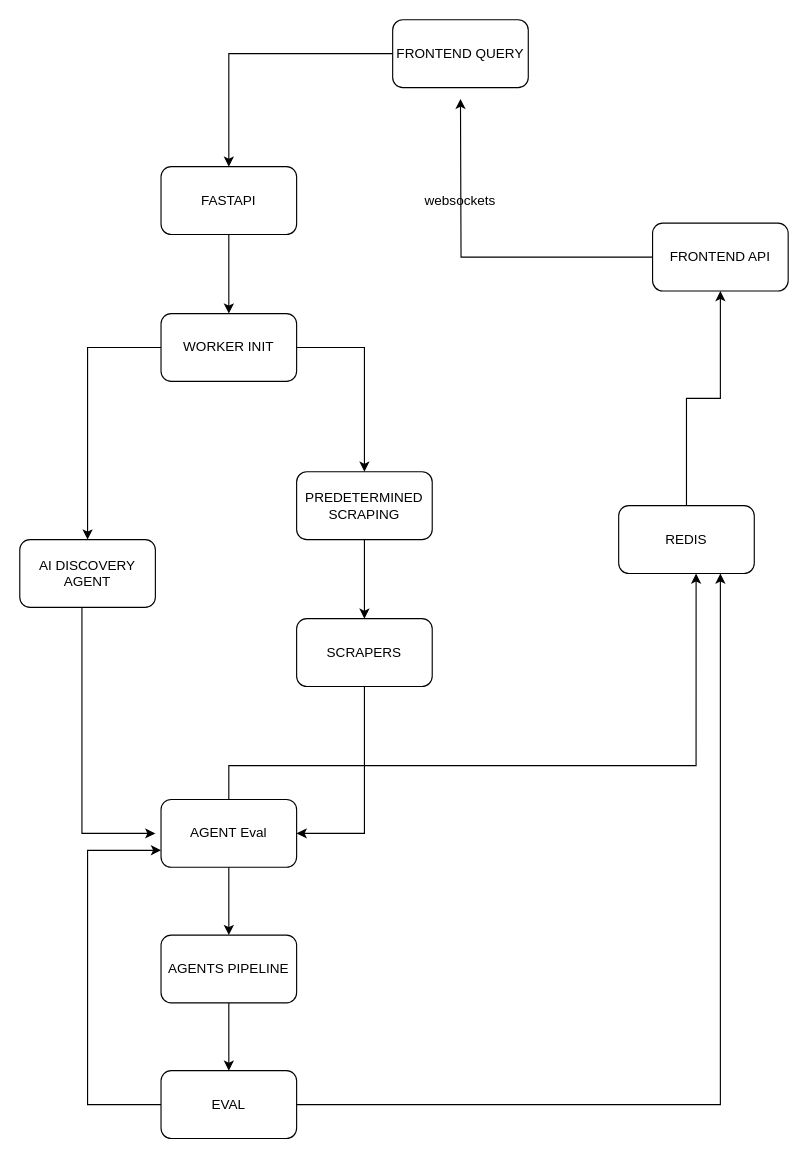
The draw.io diagram syanpse.drawio in 2005Andrei/synapse, before the edit. Source tidied: cells renumbered, new cells numbered last; positions are measured from the earlier drawing's top-left corner, leaving out a move shared by most shapes. Both pictures are drawn from the tidied source at 113%, with x=0, y=0 at pixel (19, 19).
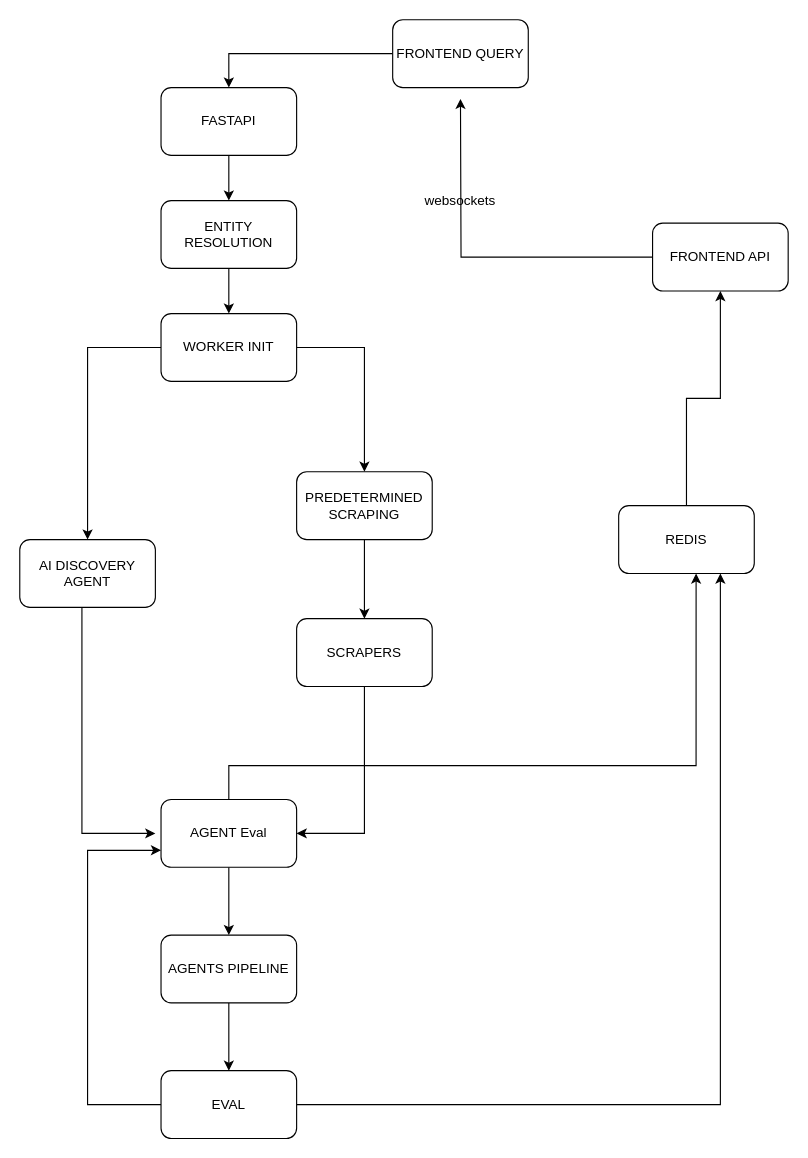
After the change.

The change refers to these unchanged cells:
```xml
<mxCell id="10" value="WORKER INIT" style="rounded=1;whiteSpace=wrap;html=1;roundedPerimeter=1;" parent="1" vertex="1">
  <mxGeometry x="125" y="260" width="120" height="60" as="geometry" />
</mxCell>
```

What changed in the source:
```diff
@@
-    <mxCell id="4" style="edgeStyle=orthogonalEdgeStyle;rounded=0;jettySize=auto;html=1;exitX=0.5;exitY=1;exitDx=0;exitDy=0;entryX=0.5;entryY=0;entryDx=0;entryDy=0;defaultLabelBackgroundColor=page;" parent="1" edge="1" source="5" target="10">
-      <mxGeometry relative="1" as="geometry" />
-    </mxCell>
+    <mxCell id="28" style="edgeStyle=orthogonalEdgeStyle;rounded=0;jettySize=auto;html=1;defaultLabelBackgroundColor=page;" parent="1" edge="1" source="5" target="30">
+      <mxGeometry relative="1" as="geometry" />
+    </mxCell>
     <mxCell id="5" value="FASTAPI" style="rounded=1;whiteSpace=wrap;html=1;roundedPerimeter=1;" parent="1" vertex="1">
-      <mxGeometry x="125" y="130" width="120" height="60" as="geometry" />
+      <mxGeometry x="125" y="60" width="120" height="60" as="geometry" />
     </mxCell>
@@
+    <mxCell id="29" style="edgeStyle=orthogonalEdgeStyle;rounded=0;jettySize=auto;html=1;defaultLabelBackgroundColor=page;" parent="1" edge="1" source="30" target="10">
+      <mxGeometry relative="1" as="geometry" />
+    </mxCell>
+    <mxCell id="30" value="ENTITY RESOLUTION" style="rounded=1;whiteSpace=wrap;html=1;" parent="1" vertex="1">
+      <mxGeometry x="125" y="160" width="120" height="60" as="geometry" />
+    </mxCell>
```
